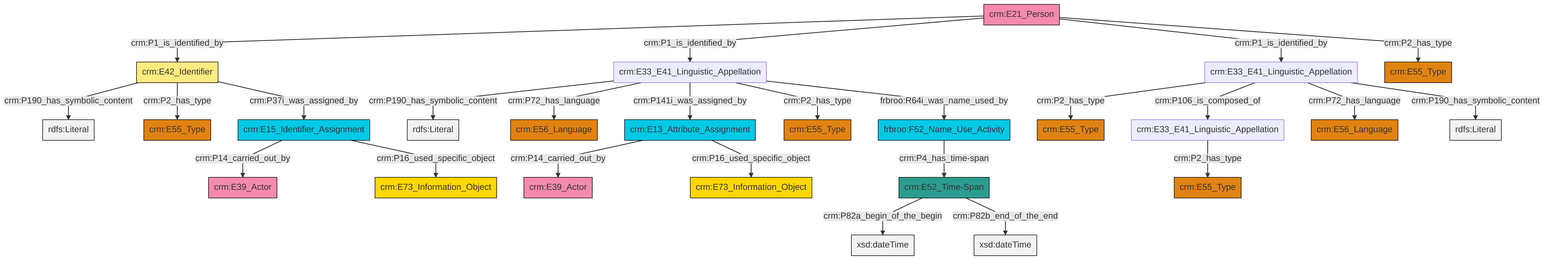
The Mermaid diagram et/personCSV/ttl/mmd/png/Person_Names_and_Classification.png in swiss-art-research-net/reference-data-models, before a commit. Its source is kept beside it as et/personCSV/ttl/mmd/Person_Names_and_Classification.ttl.mmd.
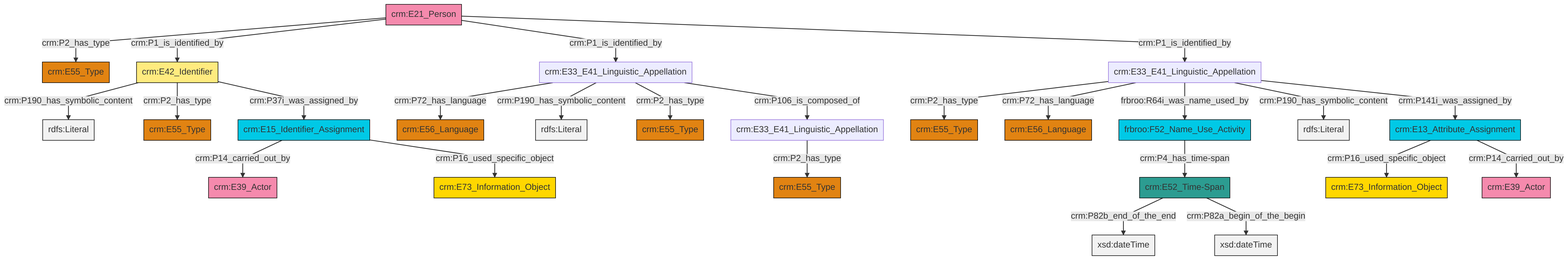
After the change.

Diff of the diagram source:
```diff
@@ -13,27 +13,27 @@
 classDef PC_Classes fill:#4ce600, stroke:#000000;
 classDef Multi fill:#cccccc,stroke:#000000;
 
-8["crm:E33_E41_Linguistic_Appellation"]:::Default -->|crm:P2_has_type| 9["crm:E55_Type"]:::Type
-11["crm:E52_Time-Span"]:::Time-Span -->|crm:P82a_begin_of_the_begin| 12[xsd:dateTime]:::Literal
-15["crm:E21_Person"]:::Actor -->|crm:P1_is_identified_by| 0["crm:E42_Identifier"]:::Appellation
-4["crm:E33_E41_Linguistic_Appellation"]:::Default -->|crm:P190_has_symbolic_content| 18[rdfs:Literal]:::Literal
-19["crm:E13_Attribute_Assignment"]:::Temporal_Entity -->|crm:P14_carried_out_by| 20["crm:E39_Actor"]:::Actor
-0["crm:E42_Identifier"]:::Appellation -->|crm:P190_has_symbolic_content| 21[rdfs:Literal]:::Literal
-16["frbroo:F52_Name_Use_Activity"]:::Temporal_Entity -->|crm:P4_has_time-span| 11["crm:E52_Time-Span"]:::Time-Span
-4["crm:E33_E41_Linguistic_Appellation"]:::Default -->|crm:P72_has_language| 25["crm:E56_Language"]:::Type
-15["crm:E21_Person"]:::Actor -->|crm:P1_is_identified_by| 4["crm:E33_E41_Linguistic_Appellation"]:::Default
-28["crm:E15_Identifier_Assignment"]:::Temporal_Entity -->|crm:P14_carried_out_by| 29["crm:E39_Actor"]:::Actor
-0["crm:E42_Identifier"]:::Appellation -->|crm:P2_has_type| 2["crm:E55_Type"]:::Type
-11["crm:E52_Time-Span"]:::Time-Span -->|crm:P82b_end_of_the_end| 31[xsd:dateTime]:::Literal
-15["crm:E21_Person"]:::Actor -->|crm:P1_is_identified_by| 8["crm:E33_E41_Linguistic_Appellation"]:::Default
-8["crm:E33_E41_Linguistic_Appellation"]:::Default -->|crm:P106_is_composed_of| 32["crm:E33_E41_Linguistic_Appellation"]:::Default
-8["crm:E33_E41_Linguistic_Appellation"]:::Default -->|crm:P72_has_language| 6["crm:E56_Language"]:::Type
-19["crm:E13_Attribute_Assignment"]:::Temporal_Entity -->|crm:P16_used_specific_object| 38["crm:E73_Information_Object"]:::Conceptual_Object
-28["crm:E15_Identifier_Assignment"]:::Temporal_Entity -->|crm:P16_used_specific_object| 39["crm:E73_Information_Object"]:::Conceptual_Object
-4["crm:E33_E41_Linguistic_Appellation"]:::Default -->|crm:P141i_was_assigned_by| 19["crm:E13_Attribute_Assignment"]:::Temporal_Entity
-32["crm:E33_E41_Linguistic_Appellation"]:::Default -->|crm:P2_has_type| 34["crm:E55_Type"]:::Type
-4["crm:E33_E41_Linguistic_Appellation"]:::Default -->|crm:P2_has_type| 23["crm:E55_Type"]:::Type
-0["crm:E42_Identifier"]:::Appellation -->|crm:P37i_was_assigned_by| 28["crm:E15_Identifier_Assignment"]:::Temporal_Entity
-15["crm:E21_Person"]:::Actor -->|crm:P2_has_type| 13["crm:E55_Type"]:::Type
-4["crm:E33_E41_Linguistic_Appellation"]:::Default -->|frbroo:R64i_was_name_used_by| 16["frbroo:F52_Name_Use_Activity"]:::Temporal_Entity
-8["crm:E33_E41_Linguistic_Appellation"]:::Default -->|crm:P190_has_symbolic_content| 45[rdfs:Literal]:::Literal
+4["crm:E33_E41_Linguistic_Appellation"]:::Default -->|crm:P2_has_type| 5["crm:E55_Type"]:::Type
+4["crm:E33_E41_Linguistic_Appellation"]:::Default -->|crm:P72_has_language| 6["crm:E56_Language"]:::Type
+7["crm:E21_Person"]:::Actor -->|crm:P2_has_type| 8["crm:E55_Type"]:::Type
+9["crm:E42_Identifier"]:::Appellation -->|crm:P190_has_symbolic_content| 10[rdfs:Literal]:::Literal
+9["crm:E42_Identifier"]:::Appellation -->|crm:P2_has_type| 2["crm:E55_Type"]:::Type
+13["crm:E15_Identifier_Assignment"]:::Temporal_Entity -->|crm:P14_carried_out_by| 11["crm:E39_Actor"]:::Actor
+4["crm:E33_E41_Linguistic_Appellation"]:::Default -->|frbroo:R64i_was_name_used_by| 19["frbroo:F52_Name_Use_Activity"]:::Temporal_Entity
+0["crm:E13_Attribute_Assignment"]:::Temporal_Entity -->|crm:P16_used_specific_object| 23["crm:E73_Information_Object"]:::Conceptual_Object
+19["frbroo:F52_Name_Use_Activity"]:::Temporal_Entity -->|crm:P4_has_time-span| 28["crm:E52_Time-Span"]:::Time-Span
+0["crm:E13_Attribute_Assignment"]:::Temporal_Entity -->|crm:P14_carried_out_by| 25["crm:E39_Actor"]:::Actor
+7["crm:E21_Person"]:::Actor -->|crm:P1_is_identified_by| 9["crm:E42_Identifier"]:::Appellation
+15["crm:E33_E41_Linguistic_Appellation"]:::Default -->|crm:P72_has_language| 29["crm:E56_Language"]:::Type
+4["crm:E33_E41_Linguistic_Appellation"]:::Default -->|crm:P190_has_symbolic_content| 30[rdfs:Literal]:::Literal
+4["crm:E33_E41_Linguistic_Appellation"]:::Default -->|crm:P141i_was_assigned_by| 0["crm:E13_Attribute_Assignment"]:::Temporal_Entity
+7["crm:E21_Person"]:::Actor -->|crm:P1_is_identified_by| 15["crm:E33_E41_Linguistic_Appellation"]:::Default
+15["crm:E33_E41_Linguistic_Appellation"]:::Default -->|crm:P190_has_symbolic_content| 34[rdfs:Literal]:::Literal
+7["crm:E21_Person"]:::Actor -->|crm:P1_is_identified_by| 4["crm:E33_E41_Linguistic_Appellation"]:::Default
+15["crm:E33_E41_Linguistic_Appellation"]:::Default -->|crm:P2_has_type| 20["crm:E55_Type"]:::Type
+15["crm:E33_E41_Linguistic_Appellation"]:::Default -->|crm:P106_is_composed_of| 31["crm:E33_E41_Linguistic_Appellation"]:::Default
+9["crm:E42_Identifier"]:::Appellation -->|crm:P37i_was_assigned_by| 13["crm:E15_Identifier_Assignment"]:::Temporal_Entity
+31["crm:E33_E41_Linguistic_Appellation"]:::Default -->|crm:P2_has_type| 37["crm:E55_Type"]:::Type
+28["crm:E52_Time-Span"]:::Time-Span -->|crm:P82b_end_of_the_end| 44[xsd:dateTime]:::Literal
+13["crm:E15_Identifier_Assignment"]:::Temporal_Entity -->|crm:P16_used_specific_object| 17["crm:E73_Information_Object"]:::Conceptual_Object
+28["crm:E52_Time-Span"]:::Time-Span -->|crm:P82a_begin_of_the_begin| 46[xsd:dateTime]:::Literal
```
